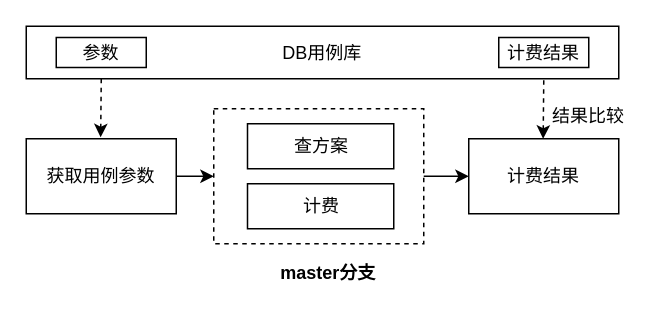
The draw.io diagram 资损1-线下巡检.drawio in heyrry/draw.io, before the edit. Source tidied: cells renumbered, new cells numbered last; positions are measured from the earlier drawing's top-left corner, leaving out a move shared by most shapes. Both pictures are drawn from the tidied source at 150%, with x=0, y=0 at pixel (26, 26).
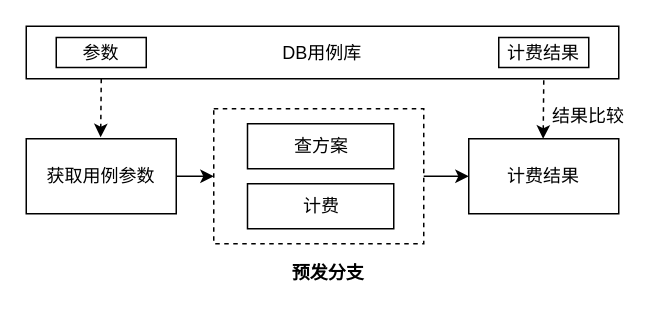
After the change.

Commit message:
更新资损1-线下巡检.drawio

Diff of the diagram source:
```diff
@@
-    <mxCell id="15" value="master分支" style="text;html=1;align=center;verticalAlign=middle;whiteSpace=wrap;rounded=0;fontStyle=1;" parent="1" vertex="1">
+    <mxCell id="15" value="预发分支" style="text;html=1;align=center;verticalAlign=middle;whiteSpace=wrap;rounded=0;fontStyle=1;" parent="1" vertex="1">
       <mxGeometry x="168" y="155" width="67" height="20" as="geometry" />
     </mxCell>
```
